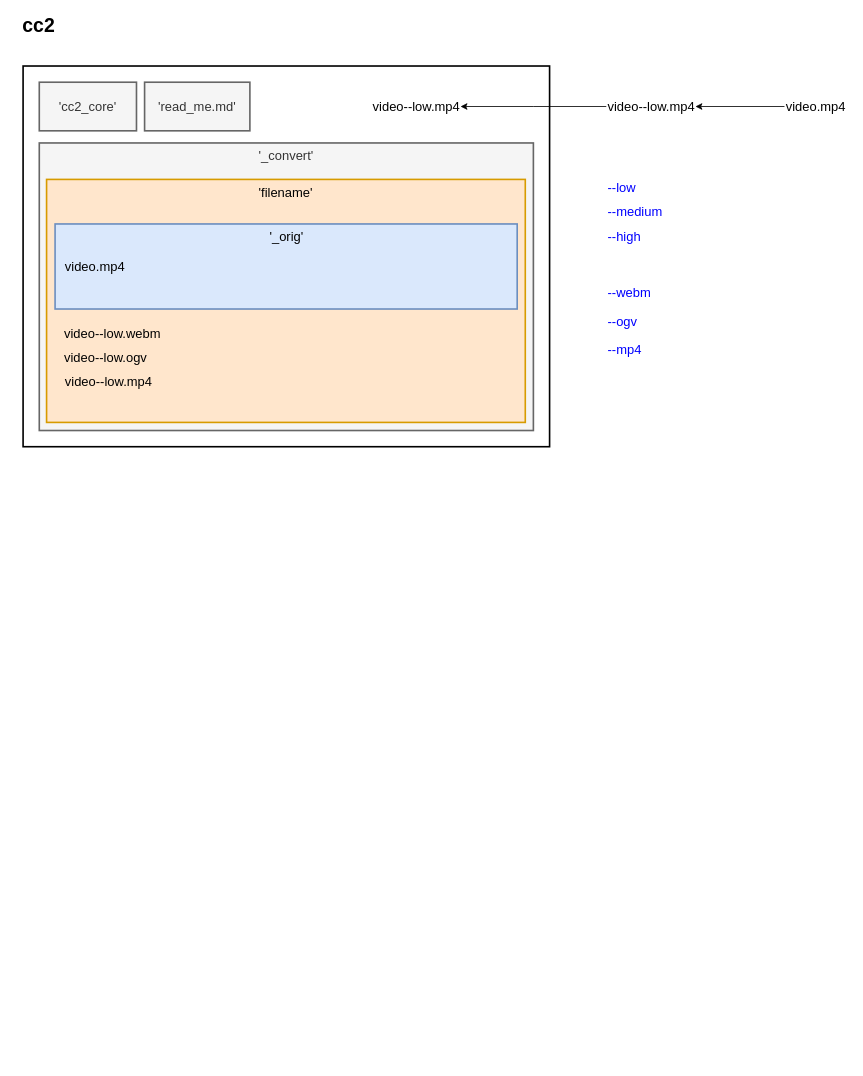
Above: Untitled Diagram.drawio in sebwinte/cc2 (draw.io), before the change. Source tidied: cells renumbered, new cells numbered last; positions are measured from the earlier drawing's top-left corner, leaving out a move shared by most shapes. Both pictures are drawn from the tidied source at 81%, with x=0, y=0 at pixel (14, 17).
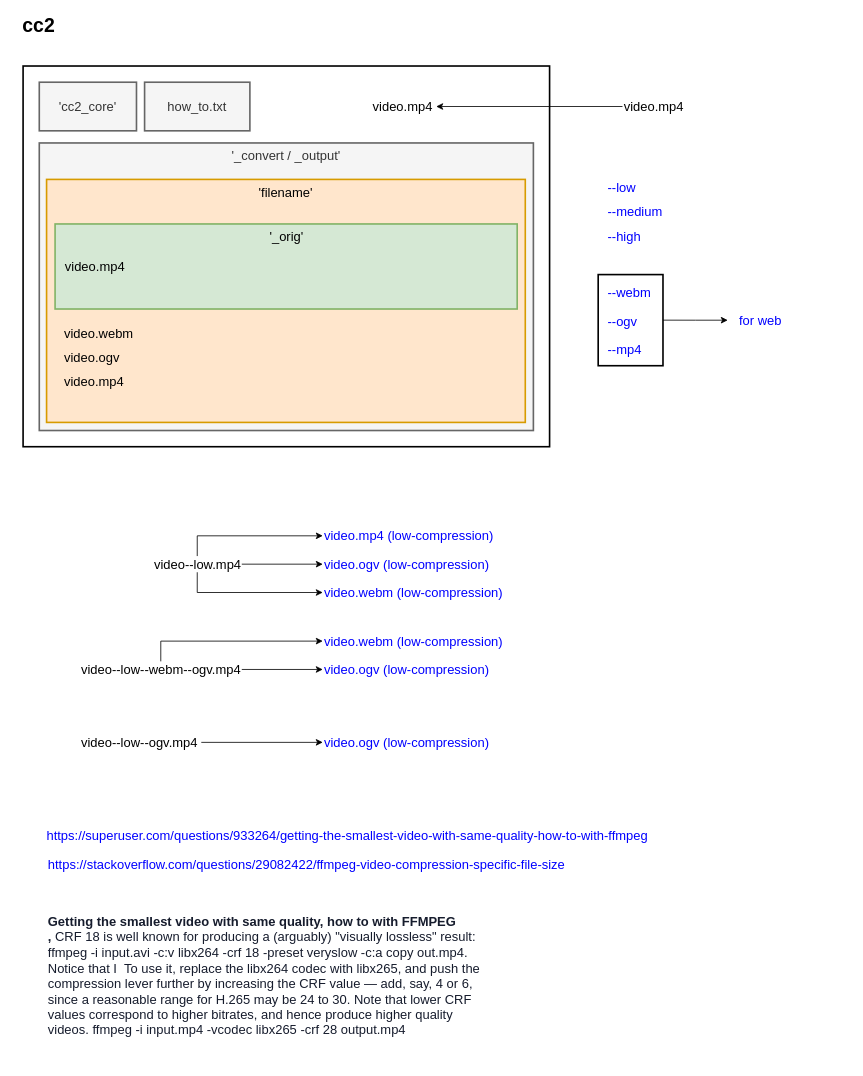
Above is the later version.

Diff of the diagram source:
```diff
@@
-    <mxCell id="8" value="'_convert'" style="rounded=0;whiteSpace=wrap;html=1;strokeWidth=2;fillColor=#f5f5f5;fontSize=16;align=center;strokeColor=#666666;fontColor=#333333;labelPosition=center;verticalLabelPosition=middle;verticalAlign=top;" parent="1" vertex="1">
+    <mxCell id="8" value="'_convert / _output'" style="rounded=0;whiteSpace=wrap;html=1;strokeWidth=2;fillColor=#f5f5f5;fontSize=16;align=center;strokeColor=#666666;fontColor=#333333;labelPosition=center;verticalLabelPosition=middle;verticalAlign=top;" parent="1" vertex="1">
       <mxGeometry x="31" y="155" width="610" height="355" as="geometry" />
     </mxCell>
@@
-    <mxCell id="13" value="'_orig'" style="rounded=0;whiteSpace=wrap;html=1;strokeWidth=2;fillColor=#dae8fc;fontSize=16;align=center;strokeColor=#6c8ebf;verticalAlign=top;" parent="1" vertex="1">
+    <mxCell id="13" value="'_orig'" style="rounded=0;whiteSpace=wrap;html=1;strokeWidth=2;fillColor=#d5e8d4;fontSize=16;align=center;strokeColor=#82b366;verticalAlign=top;" parent="1" vertex="1">
       <mxGeometry x="50.5" y="255" width="570.5" height="105" as="geometry" />
     </mxCell>
@@
-    <mxCell id="15" value="video--low.webm" style="text;html=1;strokeColor=none;fillColor=none;align=left;verticalAlign=middle;whiteSpace=wrap;rounded=0;fontSize=16;" parent="1" vertex="1">
+    <mxCell id="15" value="video.webm" style="text;html=1;strokeColor=none;fillColor=none;align=left;verticalAlign=middle;whiteSpace=wrap;rounded=0;fontSize=16;" parent="1" vertex="1">
       <mxGeometry x="60" y="380" width="141" height="20" as="geometry" />
     </mxCell>
-    <mxCell id="16" value="video--low.ogv" style="text;html=1;strokeColor=none;fillColor=none;align=left;verticalAlign=middle;whiteSpace=wrap;rounded=0;fontSize=16;" parent="1" vertex="1">
+    <mxCell id="16" value="video.ogv" style="text;html=1;strokeColor=none;fillColor=none;align=left;verticalAlign=middle;whiteSpace=wrap;rounded=0;fontSize=16;" parent="1" vertex="1">
       <mxGeometry x="60" y="410" width="141" height="20" as="geometry" />
     </mxCell>
-    <mxCell id="17" value="video--low.mp4" style="text;html=1;strokeColor=none;fillColor=none;align=left;verticalAlign=middle;whiteSpace=wrap;rounded=0;fontSize=16;" parent="1" vertex="1">
-      <mxGeometry x="61" y="440" width="141" height="20" as="geometry" />
-    </mxCell>
-    <mxCell id="18" style="edgeStyle=orthogonalEdgeStyle;rounded=0;jettySize=auto;html=1;exitX=0;exitY=0.5;exitDx=0;exitDy=0;fontSize=16;" parent="1" edge="1" source="19">
-      <mxGeometry relative="1" as="geometry">
-        <mxPoint x="551" y="110" as="targetPoint" />
-      </mxGeometry>
-    </mxCell>
-    <mxCell id="19" value="video--low.mp4" style="text;html=1;strokeColor=none;fillColor=none;align=left;verticalAlign=middle;whiteSpace=wrap;rounded=0;fontSize=16;" parent="1" vertex="1">
-      <mxGeometry x="731" y="100" width="110" height="20" as="geometry" />
-    </mxCell>
-    <mxCell id="20" value="video--low.mp4" style="text;html=1;strokeColor=none;fillColor=none;align=left;verticalAlign=middle;whiteSpace=wrap;rounded=0;fontSize=16;" parent="1" vertex="1">
-      <mxGeometry x="441" y="100" width="110" height="20" as="geometry" />
+    <mxCell id="20" value="video.mp4" style="text;html=1;strokeColor=none;fillColor=none;align=left;verticalAlign=middle;whiteSpace=wrap;rounded=0;fontSize=16;" parent="1" vertex="1">
+      <mxGeometry x="441" y="100" width="80" height="20" as="geometry" />
     </mxCell>
-    <mxCell id="21" style="edgeStyle=orthogonalEdgeStyle;rounded=0;jettySize=auto;html=1;exitX=0;exitY=0.5;exitDx=0;exitDy=0;fontSize=16;" parent="1" edge="1" source="22" target="19">
-      <mxGeometry relative="1" as="geometry" />
-    </mxCell>
+    <mxCell id="24" style="edgeStyle=orthogonalEdgeStyle;rounded=0;jettySize=auto;html=1;exitX=0;exitY=0.5;exitDx=0;exitDy=0;entryX=1;entryY=0.5;entryDx=0;entryDy=0;fontSize=16;fontColor=#0000FF;" parent="1" edge="1" source="22" target="20">
+      <mxGeometry relative="1" as="geometry" />
+    </mxCell>
     <mxCell id="22" value="video.mp4" style="text;html=1;strokeColor=none;fillColor=none;align=left;verticalAlign=middle;whiteSpace=wrap;rounded=0;fontSize=16;" parent="1" vertex="1">
-      <mxGeometry x="951" y="100" width="80" height="20" as="geometry" />
+      <mxGeometry x="751" y="100" width="80" height="20" as="geometry" />
     </mxCell>
-    <mxCell id="23" value="'read_me.md'" style="rounded=0;whiteSpace=wrap;html=1;strokeWidth=2;fillColor=#f5f5f5;fontSize=16;align=center;strokeColor=#666666;fontColor=#333333;" parent="1" vertex="1">
+    <mxCell id="23" value="how_to.txt" style="rounded=0;whiteSpace=wrap;html=1;strokeWidth=2;fillColor=#f5f5f5;fontSize=16;align=center;strokeColor=#666666;fontColor=#333333;" parent="1" vertex="1">
       <mxGeometry x="161" y="80" width="130" height="60" as="geometry" />
     </mxCell>
+    <mxCell id="25" style="edgeStyle=orthogonalEdgeStyle;rounded=0;jettySize=auto;html=1;entryX=0;entryY=0.5;entryDx=0;entryDy=0;fontSize=16;fontColor=#0000FF;" parent="1" edge="1" source="28" target="30">
+      <mxGeometry relative="1" as="geometry" />
+    </mxCell>
+    <mxCell id="26" style="edgeStyle=orthogonalEdgeStyle;rounded=0;jettySize=auto;html=1;exitX=0.5;exitY=0;exitDx=0;exitDy=0;entryX=0;entryY=0.5;entryDx=0;entryDy=0;fontSize=16;fontColor=#0000FF;" parent="1" edge="1" source="28" target="29">
+      <mxGeometry relative="1" as="geometry" />
+    </mxCell>
+    <mxCell id="27" style="edgeStyle=orthogonalEdgeStyle;rounded=0;jettySize=auto;html=1;exitX=0.5;exitY=1;exitDx=0;exitDy=0;entryX=0;entryY=0.5;entryDx=0;entryDy=0;fontSize=16;fontColor=#0000FF;" parent="1" edge="1" source="28" target="31">
+      <mxGeometry relative="1" as="geometry" />
+    </mxCell>
+    <mxCell id="28" value="video--low.mp4" style="text;html=1;strokeColor=none;fillColor=none;align=left;verticalAlign=middle;whiteSpace=wrap;rounded=0;fontSize=16;" parent="1" vertex="1">
+      <mxGeometry x="171" y="665" width="110" height="20" as="geometry" />
+    </mxCell>
+    <mxCell id="29" value="video.mp4 (low-compression)" style="text;html=1;strokeColor=none;fillColor=none;align=left;verticalAlign=middle;whiteSpace=wrap;rounded=0;fontSize=16;fontColor=#0000FF;" parent="1" vertex="1">
+      <mxGeometry x="381" y="630" width="220" height="20" as="geometry" />
+    </mxCell>
+    <mxCell id="30" value="video.ogv (low-compression)" style="text;html=1;strokeColor=none;fillColor=none;align=left;verticalAlign=middle;whiteSpace=wrap;rounded=0;fontSize=16;fontColor=#0000FF;" parent="1" vertex="1">
+      <mxGeometry x="381" y="665" width="220" height="20" as="geometry" />
+    </mxCell>
+    <mxCell id="31" value="video.webm&amp;nbsp;(low-compression)" style="text;html=1;strokeColor=none;fillColor=none;align=left;verticalAlign=middle;whiteSpace=wrap;rounded=0;fontSize=16;fontColor=#0000FF;" parent="1" vertex="1">
+      <mxGeometry x="381" y="700" width="230" height="20" as="geometry" />
+    </mxCell>
+    <mxCell id="32" style="edgeStyle=orthogonalEdgeStyle;rounded=0;jettySize=auto;html=1;entryX=0;entryY=0.5;entryDx=0;entryDy=0;fontSize=16;fontColor=#0000FF;" parent="1" edge="1" source="34" target="36">
+      <mxGeometry relative="1" as="geometry" />
+    </mxCell>
+    <mxCell id="33" style="edgeStyle=orthogonalEdgeStyle;rounded=0;jettySize=auto;html=1;exitX=0.5;exitY=0;exitDx=0;exitDy=0;entryX=0;entryY=0.5;entryDx=0;entryDy=0;fontSize=16;fontColor=#0000FF;" parent="1" edge="1" source="34" target="35">
+      <mxGeometry relative="1" as="geometry" />
+    </mxCell>
+    <mxCell id="34" value="video--low--webm--ogv.mp4" style="text;html=1;strokeColor=none;fillColor=none;align=left;verticalAlign=middle;whiteSpace=wrap;rounded=0;fontSize=16;" parent="1" vertex="1">
+      <mxGeometry x="81" y="795" width="200" height="20" as="geometry" />
+    </mxCell>
+    <mxCell id="35" value="video.webm (low-compression)" style="text;html=1;strokeColor=none;fillColor=none;align=left;verticalAlign=middle;whiteSpace=wrap;rounded=0;fontSize=16;fontColor=#0000FF;" parent="1" vertex="1">
+      <mxGeometry x="381" y="760" width="230" height="20" as="geometry" />
+    </mxCell>
+    <mxCell id="36" value="video.ogv (low-compression)" style="text;html=1;strokeColor=none;fillColor=none;align=left;verticalAlign=middle;whiteSpace=wrap;rounded=0;fontSize=16;fontColor=#0000FF;" parent="1" vertex="1">
+      <mxGeometry x="381" y="795" width="230" height="20" as="geometry" />
+    </mxCell>
+    <mxCell id="37" style="edgeStyle=orthogonalEdgeStyle;rounded=0;jettySize=auto;html=1;entryX=0;entryY=0.5;entryDx=0;entryDy=0;fontSize=16;fontColor=#0000FF;" parent="1" edge="1" source="38" target="39">
+      <mxGeometry relative="1" as="geometry" />
+    </mxCell>
+    <mxCell id="38" value="video--low--ogv.mp4" style="text;html=1;strokeColor=none;fillColor=none;align=left;verticalAlign=middle;whiteSpace=wrap;rounded=0;fontSize=16;" parent="1" vertex="1">
+      <mxGeometry x="81" y="885" width="150" height="20" as="geometry" />
+    </mxCell>
+    <mxCell id="39" value="video.ogv (low-compression)" style="text;html=1;strokeColor=none;fillColor=none;align=left;verticalAlign=middle;whiteSpace=wrap;rounded=0;fontSize=16;fontColor=#0000FF;" parent="1" vertex="1">
+      <mxGeometry x="381" y="885" width="230" height="20" as="geometry" />
+    </mxCell>
+    <mxCell id="40" value="https://superuser.com/questions/933264/getting-the-smallest-video-with-same-quality-how-to-with-ffmpeg" style="text;html=1;align=center;verticalAlign=middle;fontSize=16;fontColor=#0000FF;" parent="1" vertex="1">
+      <mxGeometry x="31" y="1000" width="760" height="20" as="geometry" />
+    </mxCell>
+    <mxCell id="41" value="https://stackoverflow.com/questions/29082422/ffmpeg-video-compression-specific-file-size" style="text;whiteSpace=wrap;html=1;fontSize=16;fontColor=#0000FF;" parent="1" vertex="1">
+      <mxGeometry x="40" y="1030" width="760" height="50" as="geometry" />
+    </mxCell>
+    <mxCell id="42" value="&lt;b style=&quot;box-sizing: border-box; font-weight: bolder; color: rgb(22, 28, 45); font-family: nunito, sans-serif; font-size: 16px; font-style: normal; letter-spacing: normal; text-align: left; text-indent: 0px; text-transform: none; word-spacing: 0px; background-color: rgb(255, 255, 255);&quot;&gt;Getting the smallest video with same quality, how to with FFMPEG ,&lt;/b&gt;&lt;span style=&quot;color: rgb(22, 28, 45); font-family: nunito, sans-serif; font-size: 16px; font-style: normal; font-weight: 400; letter-spacing: normal; text-align: left; text-indent: 0px; text-transform: none; word-spacing: 0px; background-color: rgb(255, 255, 255); display: inline; float: none;&quot;&gt;&lt;span&gt;&amp;nbsp;&lt;/span&gt;CRF 18 is well known for producing a (arguably) &quot;visually lossless&quot; result: ffmpeg -i input.avi -c:v libx264 -crf 18 -preset veryslow -c:a copy out.mp4. Notice that I&amp;nbsp; To use it, replace the libx264 codec with libx265, and push the compression lever further by increasing the CRF value — add, say, 4 or 6, since a reasonable range for H.265 may be 24 to 30. Note that lower CRF values correspond to higher bitrates, and hence produce higher quality videos. ffmpeg -i input.mp4 -vcodec libx265 -crf 28 output.mp4&lt;/span&gt;" style="text;whiteSpace=wrap;html=1;fontSize=16;fontColor=#0000FF;" parent="1" vertex="1">
+      <mxGeometry x="40" y="1100" width="550" height="190" as="geometry" />
+    </mxCell>
+    <mxCell id="43" value="video.mp4" style="text;html=1;strokeColor=none;fillColor=none;align=left;verticalAlign=middle;whiteSpace=wrap;rounded=0;fontSize=16;" parent="1" vertex="1">
+      <mxGeometry x="60" y="440" width="130" height="20" as="geometry" />
+    </mxCell>
+    <mxCell id="44" style="edgeStyle=orthogonalEdgeStyle;rounded=0;jettySize=auto;html=1;exitX=1;exitY=0.5;exitDx=0;exitDy=0;fontSize=16;fontColor=#0000FF;" parent="1" edge="1" source="45">
+      <mxGeometry relative="1" as="geometry">
+        <mxPoint x="881" y="373.8" as="targetPoint" />
+      </mxGeometry>
+    </mxCell>
+    <mxCell id="45" style="rounded=0;whiteSpace=wrap;html=1;strokeWidth=2;fillColor=none;fontSize=16;fontColor=#0000FF;align=left;" parent="1" vertex="1">
+      <mxGeometry x="721" y="317.5" width="80" height="112.5" as="geometry" />
+    </mxCell>
+    <mxCell id="46" value="for web" style="text;html=1;align=center;verticalAlign=middle;fontSize=16;fontColor=#0000FF;" parent="1" vertex="1">
+      <mxGeometry x="886" y="363.8" width="70" height="20" as="geometry" />
+    </mxCell>
```
